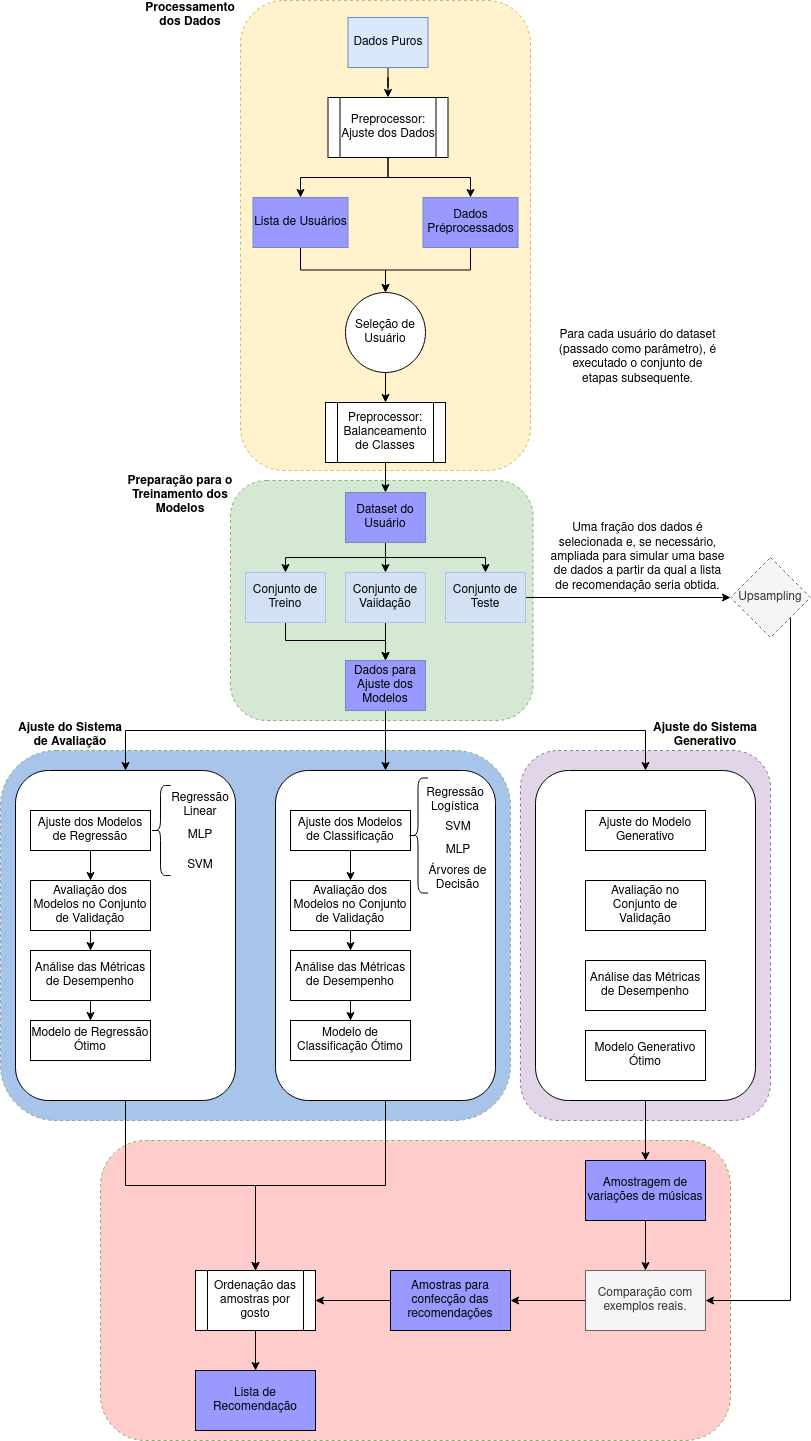
Earlier version of the draw.io export Sistema.png (PauloRodriguesJr/Projeto_AM_3Q21). Source tidied: cells renumbered, new cells last; positions are measured from the earlier drawing's top-left corner, leaving out a move shared by most shapes.
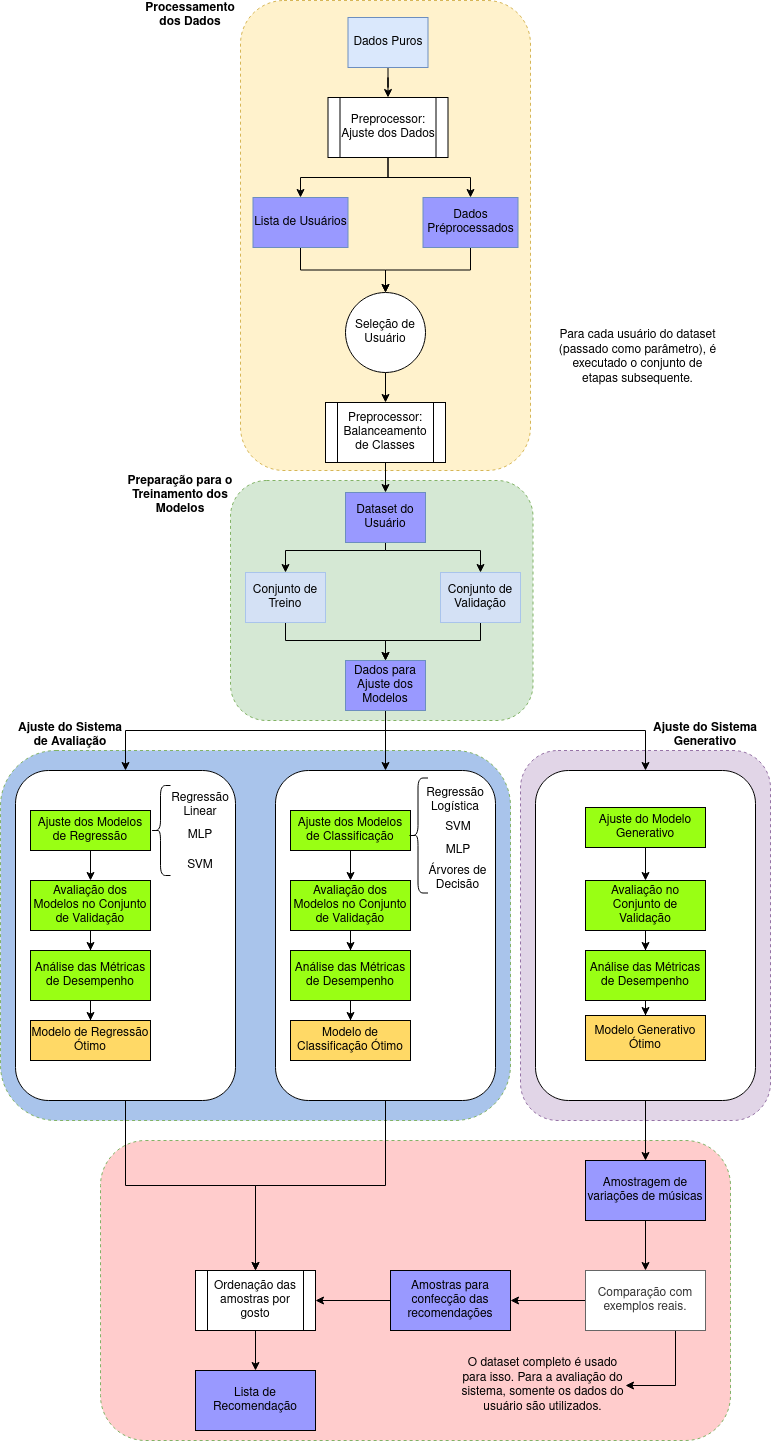
The same diagram one commit later.

Commit message:
Corrigindo figura

The edit, as a diff of the source:
```diff
@@ -77,30 +77,32 @@
     <mxCell id="26" style="edgeStyle=orthogonalEdgeStyle;rounded=0;jettySize=auto;html=1;" parent="1" edge="1" source="29" target="33">
       <mxGeometry relative="1" as="geometry">
         <Array as="points">
-          <mxPoint x="385" y="557" />
-          <mxPoint x="285" y="557" />
+          <mxPoint x="385" y="550" />
+          <mxPoint x="285" y="550" />
         </Array>
       </mxGeometry>
     </mxCell>
     <mxCell id="27" style="edgeStyle=orthogonalEdgeStyle;rounded=0;jettySize=auto;html=1;" parent="1" edge="1" source="29" target="31">
-      <mxGeometry relative="1" as="geometry" />
+      <mxGeometry relative="1" as="geometry">
+        <Array as="points">
+          <mxPoint x="385" y="550" />
+          <mxPoint x="480" y="550" />
+        </Array>
+      </mxGeometry>
     </mxCell>
-    <mxCell id="28" style="edgeStyle=orthogonalEdgeStyle;rounded=0;jettySize=auto;html=1;entryX=0.5;entryY=0;entryDx=0;entryDy=0;" parent="1" edge="1" source="29" target="41">
-      <mxGeometry relative="1" as="geometry">
-        <Array as="points">
-          <mxPoint x="385" y="557" />
-          <mxPoint x="485" y="557" />
-        </Array>
-      </mxGeometry>
-    </mxCell>
     <mxCell id="29" value="Dataset do Usuário" style="rounded=0;whiteSpace=wrap;html=1;fillColor=#9999FF;strokeColor=#6c8ebf;" parent="1" vertex="1">
       <mxGeometry x="345" y="492" width="80" height="50" as="geometry" />
     </mxCell>
     <mxCell id="30" style="edgeStyle=orthogonalEdgeStyle;rounded=0;jettySize=auto;html=1;" parent="1" edge="1" source="31" target="64">
-      <mxGeometry relative="1" as="geometry" />
+      <mxGeometry relative="1" as="geometry">
+        <Array as="points">
+          <mxPoint x="480" y="640" />
+          <mxPoint x="385" y="640" />
+        </Array>
+      </mxGeometry>
     </mxCell>
-    <mxCell id="31" value="Conjunto de Vaiidação" style="rounded=0;whiteSpace=wrap;html=1;fillColor=#D4E1F5;strokeColor=#A9C4EB;" parent="1" vertex="1">
-      <mxGeometry x="345" y="572" width="80" height="50" as="geometry" />
+    <mxCell id="31" value="Conjunto de Validação" style="rounded=0;whiteSpace=wrap;html=1;fillColor=#D4E1F5;strokeColor=#A9C4EB;" parent="1" vertex="1">
+      <mxGeometry x="440" y="572" width="80" height="50" as="geometry" />
     </mxCell>
     <mxCell id="32" style="edgeStyle=orthogonalEdgeStyle;rounded=0;jettySize=auto;html=1;entryX=0.5;entryY=0;entryDx=0;entryDy=0;" parent="1" edge="1" source="33" target="64">
       <mxGeometry relative="1" as="geometry">
@@ -116,61 +118,64 @@
     <mxCell id="34" style="edgeStyle=orthogonalEdgeStyle;rounded=0;jettySize=auto;html=1;" parent="1" edge="1" source="35" target="37">
       <mxGeometry relative="1" as="geometry" />
     </mxCell>
-    <mxCell id="35" value="Ajuste dos Modelos de Classificação" style="rounded=0;whiteSpace=wrap;html=1;" parent="1" vertex="1">
+    <mxCell id="35" value="Ajuste dos Modelos de Classificação" style="rounded=0;whiteSpace=wrap;html=1;fillColor=#99FF14;" parent="1" vertex="1">
       <mxGeometry x="290" y="810" width="120" height="40" as="geometry" />
     </mxCell>
     <mxCell id="36" style="edgeStyle=orthogonalEdgeStyle;rounded=0;jettySize=auto;html=1;" parent="1" edge="1" source="37" target="39">
       <mxGeometry relative="1" as="geometry" />
     </mxCell>
-    <mxCell id="37" value="Avaliação dos Modelos no Conjunto de Validação" style="rounded=0;whiteSpace=wrap;html=1;" parent="1" vertex="1">
+    <mxCell id="37" value="Avaliação dos Modelos no Conjunto de Validação" style="rounded=0;whiteSpace=wrap;html=1;fillColor=#99FF14;" parent="1" vertex="1">
       <mxGeometry x="290" y="880" width="120" height="50" as="geometry" />
     </mxCell>
     <mxCell id="38" style="edgeStyle=orthogonalEdgeStyle;rounded=0;jettySize=auto;html=1;" parent="1" edge="1" source="39" target="44">
       <mxGeometry relative="1" as="geometry" />
     </mxCell>
-    <mxCell id="39" value="Análise das Métricas de Desempenho" style="rounded=0;whiteSpace=wrap;html=1;" parent="1" vertex="1">
+    <mxCell id="39" value="Análise das Métricas de Desempenho" style="rounded=0;whiteSpace=wrap;html=1;fillColor=#99FF14;" parent="1" vertex="1">
       <mxGeometry x="290" y="950" width="120" height="50" as="geometry" />
     </mxCell>
-    <mxCell id="40" style="edgeStyle=orthogonalEdgeStyle;rounded=0;jettySize=auto;html=1;entryX=0;entryY=0.5;entryDx=0;entryDy=0;" parent="1" edge="1" source="41" target="70">
-      <mxGeometry relative="1" as="geometry" />
-    </mxCell>
-    <mxCell id="41" value="Conjunto de Teste" style="rounded=0;whiteSpace=wrap;html=1;fillColor=#D4E1F5;strokeColor=#A9C4EB;" parent="1" vertex="1">
-      <mxGeometry x="445" y="572" width="80" height="50" as="geometry" />
-    </mxCell>
     <mxCell id="42" style="edgeStyle=orthogonalEdgeStyle;rounded=0;jettySize=auto;html=1;exitX=0.5;exitY=1;exitDx=0;exitDy=0;" parent="1" edge="1" source="43" target="51">
       <mxGeometry relative="1" as="geometry" />
     </mxCell>
-    <mxCell id="43" value="Ajuste dos Modelos de Regressão" style="rounded=0;whiteSpace=wrap;html=1;" parent="1" vertex="1">
+    <mxCell id="43" value="Ajuste dos Modelos de Regressão" style="rounded=0;whiteSpace=wrap;html=1;fillColor=#99FF14;" parent="1" vertex="1">
       <mxGeometry x="30" y="810" width="120" height="40" as="geometry" />
     </mxCell>
-    <mxCell id="44" value="Modelo de Classificação Ótimo" style="rounded=0;whiteSpace=wrap;html=1;" parent="1" vertex="1">
+    <mxCell id="44" value="Modelo de Classificação Ótimo" style="rounded=0;whiteSpace=wrap;html=1;fillColor=#FFD966;" parent="1" vertex="1">
       <mxGeometry x="290" y="1020" width="120" height="40" as="geometry" />
     </mxCell>
-    <mxCell id="45" value="Modelo de Regressão Ótimo" style="rounded=0;whiteSpace=wrap;html=1;" parent="1" vertex="1">
+    <mxCell id="45" value="Modelo de Regressão Ótimo" style="rounded=0;whiteSpace=wrap;html=1;fillColor=#FFD966;" parent="1" vertex="1">
       <mxGeometry x="30" y="1020" width="120" height="40" as="geometry" />
     </mxCell>
+    <mxCell id="84" style="edgeStyle=orthogonalEdgeStyle;rounded=0;jettySize=auto;html=1;" parent="1" edge="1" source="46" target="47">
+      <mxGeometry relative="1" as="geometry" />
+    </mxCell>
-    <mxCell id="46" value="Ajuste do Modelo Generativo" style="rounded=0;whiteSpace=wrap;html=1;" parent="1" vertex="1">
-      <mxGeometry x="585" y="810" width="120" height="40" as="geometry" />
+    <mxCell id="46" value="Ajuste do Modelo Generativo" style="rounded=0;whiteSpace=wrap;html=1;fillColor=#99FF14;" parent="1" vertex="1">
+      <mxGeometry x="585" y="807" width="120" height="40" as="geometry" />
     </mxCell>
+    <mxCell id="85" style="edgeStyle=orthogonalEdgeStyle;rounded=0;jettySize=auto;html=1;" parent="1" edge="1" source="47" target="48">
+      <mxGeometry relative="1" as="geometry" />
+    </mxCell>
-    <mxCell id="47" value="Avaliação no Conjunto de Validação" style="rounded=0;whiteSpace=wrap;html=1;" parent="1" vertex="1">
+    <mxCell id="47" value="Avaliação no Conjunto de Validação" style="rounded=0;whiteSpace=wrap;html=1;fillColor=#99FF14;" parent="1" vertex="1">
       <mxGeometry x="585" y="880" width="120" height="50" as="geometry" />
     </mxCell>
+    <mxCell id="86" style="edgeStyle=orthogonalEdgeStyle;rounded=0;jettySize=auto;html=1;" parent="1" edge="1" source="48" target="49">
+      <mxGeometry relative="1" as="geometry" />
+    </mxCell>
-    <mxCell id="48" value="Análise das Métricas de Desempenho" style="rounded=0;whiteSpace=wrap;html=1;" parent="1" vertex="1">
-      <mxGeometry x="585" y="960" width="120" height="50" as="geometry" />
+    <mxCell id="48" value="Análise das Métricas de Desempenho" style="rounded=0;whiteSpace=wrap;html=1;fillColor=#99FF14;" parent="1" vertex="1">
+      <mxGeometry x="585" y="950" width="120" height="50" as="geometry" />
     </mxCell>
-    <mxCell id="49" value="Modelo Generativo Ótimo" style="rounded=0;whiteSpace=wrap;html=1;" parent="1" vertex="1">
-      <mxGeometry x="585" y="1030" width="120" height="50" as="geometry" />
+    <mxCell id="49" value="Modelo Generativo Ótimo" style="rounded=0;whiteSpace=wrap;html=1;fillColor=#FFD966;" parent="1" vertex="1">
+      <mxGeometry x="585" y="1015" width="120" height="45" as="geometry" />
     </mxCell>
     <mxCell id="50" style="edgeStyle=orthogonalEdgeStyle;rounded=0;jettySize=auto;html=1;" parent="1" edge="1" source="51" target="53">
       <mxGeometry relative="1" as="geometry" />
     </mxCell>
-    <mxCell id="51" value="Avaliação dos Modelos no Conjunto de Validação" style="rounded=0;whiteSpace=wrap;html=1;" parent="1" vertex="1">
+    <mxCell id="51" value="Avaliação dos Modelos no Conjunto de Validação" style="rounded=0;whiteSpace=wrap;html=1;fillColor=#99FF14;" parent="1" vertex="1">
       <mxGeometry x="30" y="880" width="120" height="50" as="geometry" />
     </mxCell>
     <mxCell id="52" style="edgeStyle=orthogonalEdgeStyle;rounded=0;jettySize=auto;html=1;" parent="1" edge="1" source="53" target="45">
       <mxGeometry relative="1" as="geometry" />
     </mxCell>
-    <mxCell id="53" value="Análise das Métricas de Desempenho" style="rounded=0;whiteSpace=wrap;html=1;" parent="1" vertex="1">
+    <mxCell id="53" value="Análise das Métricas de Desempenho" style="rounded=0;whiteSpace=wrap;html=1;fillColor=#99FF14;" parent="1" vertex="1">
       <mxGeometry x="30" y="950" width="120" height="50" as="geometry" />
     </mxCell>
     <mxCell id="54" style="edgeStyle=orthogonalEdgeStyle;rounded=0;jettySize=auto;html=1;" parent="1" edge="1" source="55" target="73">
@@ -225,26 +230,16 @@
     <mxCell id="67" value="Ajuste do Sistema Generativo" style="text;html=1;strokeColor=none;fillColor=none;align=center;verticalAlign=middle;whiteSpace=wrap;rounded=0;dashed=1;fontStyle=1;" parent="1" vertex="1">
       <mxGeometry x="650" y="720" width="110" height="30" as="geometry" />
     </mxCell>
-    <mxCell id="68" value="Uma fração dos dados é selecionada e, se necessário, ampliada para simular uma base de dados a partir da qual a lista de recomendação seria obtida." style="text;html=1;strokeColor=none;fillColor=none;align=center;verticalAlign=middle;whiteSpace=wrap;rounded=0;dashed=1;" parent="1" vertex="1">
-      <mxGeometry x="545" y="542" width="185" height="30" as="geometry" />
-    </mxCell>
-    <mxCell id="69" style="edgeStyle=orthogonalEdgeStyle;rounded=0;jettySize=auto;html=1;exitX=1;exitY=1;exitDx=0;exitDy=0;entryX=1;entryY=0.5;entryDx=0;entryDy=0;" parent="1" edge="1" source="70" target="73">
-      <mxGeometry relative="1" as="geometry">
-        <Array as="points">
-          <mxPoint x="790" y="1300" />
-        </Array>
-      </mxGeometry>
-    </mxCell>
-    <mxCell id="70" value="Upsampling" style="rhombus;whiteSpace=wrap;html=1;dashed=1;strokeColor=#666666;fillColor=#f5f5f5;fontColor=#333333;" parent="1" vertex="1">
-      <mxGeometry x="730" y="557" width="80" height="80" as="geometry" />
-    </mxCell>
     <mxCell id="71" value="Preparação para o Treinamento dos Modelos" style="text;html=1;strokeColor=none;fillColor=none;align=center;verticalAlign=middle;whiteSpace=wrap;rounded=0;dashed=1;fontStyle=1;" parent="1" vertex="1">
       <mxGeometry x="125" y="480" width="110" height="30" as="geometry" />
     </mxCell>
     <mxCell id="72" style="edgeStyle=orthogonalEdgeStyle;rounded=0;jettySize=auto;html=1;entryX=1;entryY=0.5;entryDx=0;entryDy=0;" parent="1" edge="1" source="73" target="57">
       <mxGeometry relative="1" as="geometry" />
     </mxCell>
+    <mxCell id="87" style="edgeStyle=orthogonalEdgeStyle;rounded=0;jettySize=auto;html=1;exitX=0.75;exitY=1;exitDx=0;exitDy=0;entryX=1;entryY=0.5;entryDx=0;entryDy=0;" parent="1" edge="1" source="73" target="88">
+      <mxGeometry relative="1" as="geometry" />
+    </mxCell>
-    <mxCell id="73" value="Comparação com exemplos reais." style="rounded=0;whiteSpace=wrap;html=1;fillColor=#f5f5f5;fontColor=#333333;strokeColor=#666666;" parent="1" vertex="1">
+    <mxCell id="73" value="Comparação com exemplos reais." style="rounded=0;whiteSpace=wrap;html=1;fillColor=default;fontColor=#333333;strokeColor=#666666;" parent="1" vertex="1">
       <mxGeometry x="585" y="1270" width="120" height="60" as="geometry" />
     </mxCell>
     <mxCell id="74" value="Para cada usuário do dataset (passado como parâmetro), é executado o conjunto de etapas subsequente." style="text;html=1;strokeColor=none;fillColor=none;align=center;verticalAlign=middle;whiteSpace=wrap;rounded=0;dashed=1;" parent="1" vertex="1">
@@ -277,5 +272,8 @@
     <mxCell id="83" style="shape=curlyBracket;whiteSpace=wrap;html=1;rounded=1;strokeColor=#000000;fillColor=#FFCCCC;size=0.5;" parent="1" vertex="1">
       <mxGeometry x="407.5" y="777.5" width="20" height="115" as="geometry" />
     </mxCell>
+    <mxCell id="88" value="O dataset completo é usado para isso. Para a avaliação do sistema, somente os dados do usuário são utilizados." style="text;html=1;strokeColor=none;fillColor=none;align=center;verticalAlign=middle;whiteSpace=wrap;rounded=0;dashed=1;" parent="1" vertex="1">
+      <mxGeometry x="460" y="1370" width="165" height="30" as="geometry" />
+    </mxCell>
   </root>
 </mxGraphModel>
```
